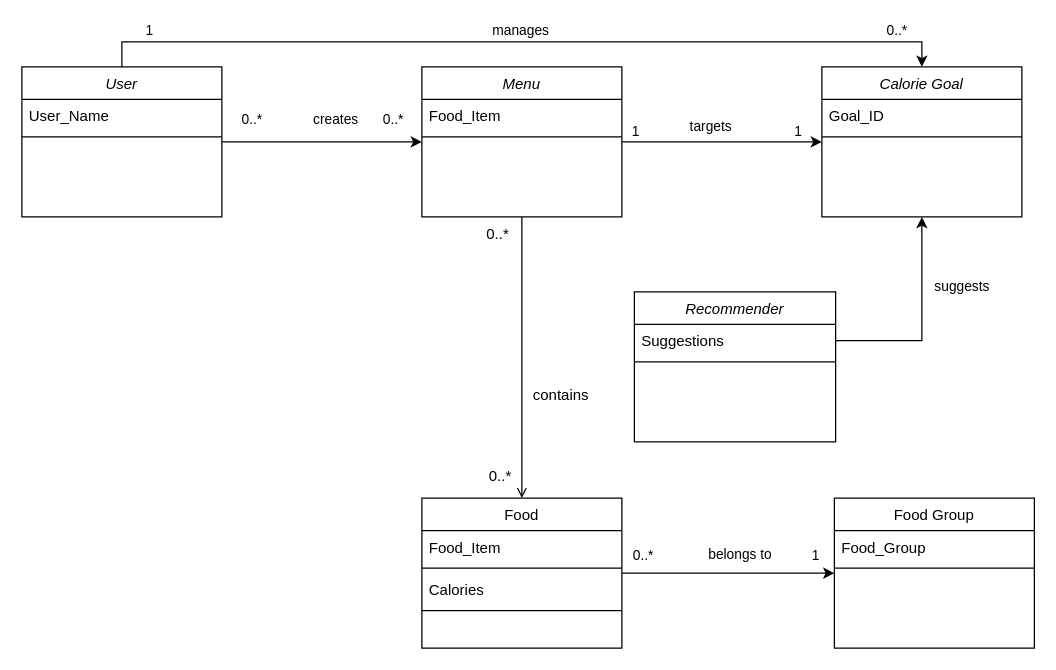
Earlier version of the draw.io diagram ext/Untitled Diagram.drawio (raeeschaudhary/Coursera_Exams). Source tidied: cells renumbered, new cells numbered last; positions are measured from the earlier drawing's top-left corner, leaving out a move shared by most shapes. Both pictures are drawn from the tidied source at 125%, with x=0, y=0 at pixel (21, 66).
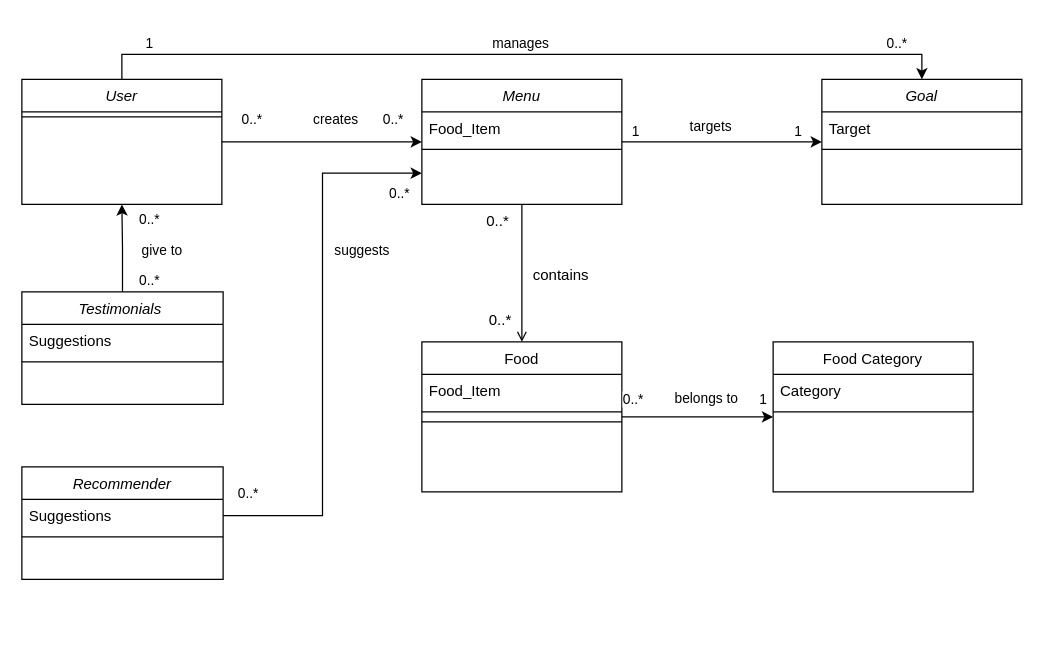
The same page after the edit.

Unchanged cells that the change refers to:
```xml
<mxCell id="40" value="Suggestions" style="text;align=left;verticalAlign=top;spacingLeft=4;spacingRight=4;overflow=hidden;points=[[0,0.5],[1,0.5]];portConstraint=eastwest;" parent="39" vertex="1">
  <mxGeometry y="26" width="161" height="26" as="geometry" />
</mxCell>
```

Change to the diagram source:
```diff
@@
     <mxCell id="6" value="Menu" style="swimlane;fontStyle=2;align=center;verticalAlign=top;horizontal=1;startSize=26;rounded=0;shadow=0;strokeWidth=1;" parent="1" vertex="1">
-      <mxGeometry x="320" width="160" height="120" as="geometry" />
+      <mxGeometry x="320" y="10" width="160" height="100" as="geometry" />
     </mxCell>
@@
     <mxCell id="9" value="Food" style="swimlane;fontStyle=0;align=center;verticalAlign=top;horizontal=1;startSize=26;rounded=0;shadow=0;strokeWidth=1;" parent="1" vertex="1">
-      <mxGeometry x="320" y="345" width="160" height="120" as="geometry" />
+      <mxGeometry x="320" y="220" width="160" height="120" as="geometry" />
     </mxCell>
@@
-    <mxCell id="12" value="Calories" style="text;align=left;verticalAlign=top;spacingLeft=4;spacingRight=4;overflow=hidden;" parent="9" vertex="1">
-      <mxGeometry y="60" width="160" height="26" as="geometry" />
-    </mxCell>
     <mxCell id="13" style="line;html=1;strokeWidth=1;align=left;verticalAlign=middle;spacingTop=-1;spacingLeft=3;spacingRight=3;labelPosition=right;" parent="9" vertex="1">
-      <mxGeometry y="86" width="160" height="8" as="geometry" />
+      <mxGeometry y="60" width="160" height="8" as="geometry" />
     </mxCell>
@@
-    <mxCell id="18" value="Food Group" style="swimlane;fontStyle=0;align=center;verticalAlign=top;horizontal=1;startSize=26;rounded=0;shadow=0;strokeWidth=1;" parent="1" vertex="1">
-      <mxGeometry x="650" y="345" width="160" height="120" as="geometry" />
+    <mxCell id="18" value="Food Category" style="swimlane;fontStyle=0;align=center;verticalAlign=top;horizontal=1;startSize=26;rounded=0;shadow=0;strokeWidth=1;" parent="1" vertex="1">
+      <mxGeometry x="601" y="220" width="160" height="120" as="geometry" />
     </mxCell>
-    <mxCell id="19" value="Food_Group" style="text;align=left;verticalAlign=top;spacingLeft=4;spacingRight=4;overflow=hidden;" parent="18" vertex="1">
+    <mxCell id="19" value="Category" style="text;align=left;verticalAlign=top;spacingLeft=4;spacingRight=4;overflow=hidden;" parent="18" vertex="1">
       <mxGeometry y="26" width="160" height="26" as="geometry" />
     </mxCell>
@@
     <mxCell id="33" value="User" style="swimlane;fontStyle=2;align=center;verticalAlign=top;horizontal=1;startSize=26;rounded=0;shadow=0;strokeWidth=1;" parent="1" vertex="1">
-      <mxGeometry width="160" height="120" as="geometry" />
+      <mxGeometry y="10" width="160" height="100" as="geometry" />
     </mxCell>
-    <mxCell id="34" value="User_Name" style="text;align=left;verticalAlign=top;spacingLeft=4;spacingRight=4;overflow=hidden;" parent="33" vertex="1">
-      <mxGeometry y="26" width="160" height="26" as="geometry" />
-    </mxCell>
     <mxCell id="35" style="line;html=1;strokeWidth=1;align=left;verticalAlign=middle;spacingTop=-1;spacingLeft=3;spacingRight=3;labelPosition=right;" parent="33" vertex="1">
-      <mxGeometry y="52" width="160" height="8" as="geometry" />
+      <mxGeometry y="26" width="160" height="8" as="geometry" />
     </mxCell>
-    <mxCell id="36" value="Calorie Goal" style="swimlane;fontStyle=2;align=center;verticalAlign=top;horizontal=1;startSize=26;rounded=0;shadow=0;strokeWidth=1;" parent="1" vertex="1">
-      <mxGeometry x="640" width="160" height="120" as="geometry" />
+    <mxCell id="36" value="Goal" style="swimlane;fontStyle=2;align=center;verticalAlign=top;horizontal=1;startSize=26;rounded=0;shadow=0;strokeWidth=1;" parent="1" vertex="1">
+      <mxGeometry x="640" y="10" width="160" height="100" as="geometry" />
     </mxCell>
-    <mxCell id="37" value="Goal_ID" style="text;align=left;verticalAlign=top;spacingLeft=4;spacingRight=4;overflow=hidden;" parent="36" vertex="1">
+    <mxCell id="37" value="Target" style="text;align=left;verticalAlign=top;spacingLeft=4;spacingRight=4;overflow=hidden;" parent="36" vertex="1">
       <mxGeometry y="26" width="160" height="26" as="geometry" />
     </mxCell>
@@
     <mxCell id="39" value="Recommender" style="swimlane;fontStyle=2;align=center;verticalAlign=top;horizontal=1;startSize=26;rounded=0;shadow=0;strokeWidth=1;" parent="1" vertex="1">
-      <mxGeometry x="490" y="180" width="161" height="120" as="geometry" />
+      <mxGeometry y="320" width="161" height="90" as="geometry" />
     </mxCell>
@@
-    <mxCell id="42" style="edgeStyle=orthogonalEdgeStyle;rounded=0;jettySize=auto;html=1;exitX=1;exitY=0.5;exitDx=0;exitDy=0;entryX=0.5;entryY=1;entryDx=0;entryDy=0;" parent="1" edge="1" source="40" target="36">
+    <mxCell id="42" style="edgeStyle=orthogonalEdgeStyle;rounded=0;jettySize=auto;html=1;exitX=1;exitY=0.5;exitDx=0;exitDy=0;entryX=0;entryY=0.75;entryDx=0;entryDy=0;" parent="1" edge="1" source="40" target="6">
       <mxGeometry relative="1" as="geometry" />
     </mxCell>
@@
+    <mxCell id="44" value="0..*" style="edgeLabel;html=1;align=center;verticalAlign=middle;" parent="42" vertex="1">
+      <mxGeometry x="-0.8" y="3" relative="1" as="geometry">
+        <mxPoint x="-24" y="-16" as="offset" />
+      </mxGeometry>
+    </mxCell>
+    <mxCell id="45" value="0..*" style="edgeLabel;html=1;align=center;verticalAlign=middle;" parent="42" vertex="1">
+      <mxGeometry x="0.77" relative="1" as="geometry">
+        <mxPoint x="31" y="15" as="offset" />
+      </mxGeometry>
+    </mxCell>
+    <mxCell id="46" style="edgeStyle=orthogonalEdgeStyle;rounded=0;jettySize=auto;html=1;exitX=0.5;exitY=0;exitDx=0;exitDy=0;entryX=0.5;entryY=1;entryDx=0;entryDy=0;" parent="1" edge="1" source="50" target="33">
+      <mxGeometry relative="1" as="geometry" />
+    </mxCell>
+    <mxCell id="47" value="give to" style="edgeLabel;html=1;align=center;verticalAlign=middle;" parent="46" vertex="1">
+      <mxGeometry x="0.01" y="2" relative="1" as="geometry">
+        <mxPoint x="33" y="2" as="offset" />
+      </mxGeometry>
+    </mxCell>
+    <mxCell id="48" value="0..*" style="edgeLabel;html=1;align=center;verticalAlign=middle;" parent="46" vertex="1">
+      <mxGeometry x="-0.72" y="-2" relative="1" as="geometry">
+        <mxPoint x="19" as="offset" />
+      </mxGeometry>
+    </mxCell>
+    <mxCell id="49" value="0..*" style="edgeLabel;html=1;align=center;verticalAlign=middle;" parent="46" vertex="1">
+      <mxGeometry x="0.46" y="-2" relative="1" as="geometry">
+        <mxPoint x="19" y="-8" as="offset" />
+      </mxGeometry>
+    </mxCell>
+    <mxCell id="50" value="Testimonials " style="swimlane;fontStyle=2;align=center;verticalAlign=top;horizontal=1;startSize=26;rounded=0;shadow=0;strokeWidth=1;" parent="1" vertex="1">
+      <mxGeometry y="180" width="161" height="90" as="geometry" />
+    </mxCell>
+    <mxCell id="51" value="Suggestions" style="text;align=left;verticalAlign=top;spacingLeft=4;spacingRight=4;overflow=hidden;" parent="50" vertex="1">
+      <mxGeometry y="26" width="161" height="26" as="geometry" />
+    </mxCell>
+    <mxCell id="52" style="line;html=1;strokeWidth=1;align=left;verticalAlign=middle;spacingTop=-1;spacingLeft=3;spacingRight=3;labelPosition=right;" parent="50" vertex="1">
+      <mxGeometry y="52" width="161" height="8" as="geometry" />
+    </mxCell>
```
